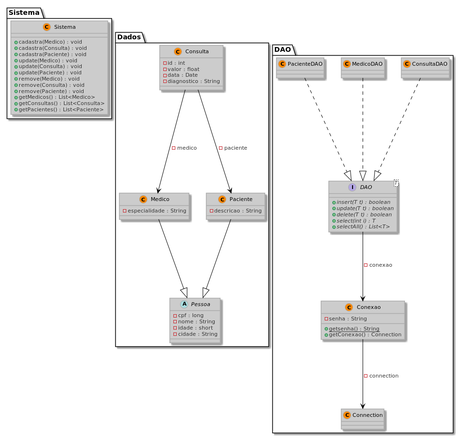
Above: UML/uml.png in EMachad0/POO-Hospital (PlantUML), before the change. Its diagram source:
```plantuml
@startuml uml
skinparam dpi 300










skinparam stereotypeCBackgroundColor FF8800

skinparam backgroundColor fff








skinparam circledCharacter {
  radius 8
  fontSize 11
  fontName Verdana
}

skinparam class {
    backgroundColor ccc
  borderColor aaa
    fontColor 000
  fontName Verdana
  fontSize 11
  stereotypeFontColor 333
  stereotypeFontSize 11
    arrowColor 000
  arrowFontName Verdana
  arrowFontColor 333
  arrowFontSize 11

  attributeFontColor 333
  attributeFontSize 11
  attributeIconSize 11
}


skinparam actor {
    backgroundColor FF8800
  borderColor BB6600
    fontColor 000
  fontName Verdana
  fontSize 11
  stereotypeFontColor 333
  stereotypeFontSize 11
}

skinparam participant {
    backgroundColor ccc
  borderColor aaa
    fontColor 000
  fontName Verdana
  fontSize 11
  stereotypeFontColor 333
  stereotypeFontSize 11
}

skinparam collections {
    backgroundColor ccc
  borderColor aaa
    fontColor 000
  fontName Verdana
  fontSize 11
  stereotypeFontColor 333
  stereotypeFontSize 11
}

skinparam SequenceBox{
    backgroundColor e0e0e0
  borderColor cccccc
    fontColor 000
  fontName Verdana
  fontSize 11
  stereotypeFontColor 333
  stereotypeFontSize 11
}


skinparam interface {
    backgroundColor FF8800
  borderColor BB6600
    fontColor 000
  fontName Verdana
  fontSize 11
  stereotypeFontColor 333
  stereotypeFontSize 11
}

skinparam component {
    backgroundColor ccc
  borderColor aaa
    fontColor 000
  fontName Verdana
  fontSize 11
  stereotypeFontColor 333
  stereotypeFontSize 11
}

skinparam node {
    backgroundColor ccc
  borderColor aaa
    fontColor 000
  fontName Verdana
  fontSize 11
  stereotypeFontColor 333
  stereotypeFontSize 11
}

skinparam database {
    backgroundColor ccc
  borderColor aaa
    fontColor 000
  fontName Verdana
  fontSize 11
  stereotypeFontColor 333
  stereotypeFontSize 11
}

skinparam queue {
    backgroundColor ccc
  borderColor aaa
    fontColor 000
  fontName Verdana
  fontSize 11
  stereotypeFontColor 333
  stereotypeFontSize 11
}


skinparam usecase {
    backgroundColor ccc
  borderColor aaa
    fontColor 000
  fontName Verdana
  fontSize 11
  stereotypeFontColor 333
  stereotypeFontSize 11
    arrowColor 000
  arrowFontName Verdana
  arrowFontColor 333
  arrowFontSize 11
}

skinparam activity {
    backgroundColor ccc
  borderColor aaa
    fontColor 000
  fontName Verdana
  fontSize 11
  stereotypeFontColor 333
  stereotypeFontSize 11
    arrowColor 000
  arrowFontName Verdana
  arrowFontColor 333
  arrowFontSize 11
}

skinparam sequence {
    fontColor 000
  fontName Verdana
  fontSize 11
  stereotypeFontColor 333
  stereotypeFontSize 11
    arrowColor 000
  arrowFontName Verdana
  arrowFontColor 333
  arrowFontSize 11

  lifeLineBorderColor FF8800
  lifeLineBackgroundColor e0e0e0
}

skinparam boundary {
    backgroundColor FF8800
  borderColor BB6600
    fontColor 000
  fontName Verdana
  fontSize 11
  stereotypeFontColor 333
  stereotypeFontSize 11
}

skinparam control {
    backgroundColor FF8800
  borderColor BB6600
    fontColor 000
  fontName Verdana
  fontSize 11
  stereotypeFontColor 333
  stereotypeFontSize 11
}

skinparam entity {
    backgroundColor FF8800
  borderColor BB6600
    fontColor 000
  fontName Verdana
  fontSize 11
  stereotypeFontColor 333
  stereotypeFontSize 11
}


skinparam state {
    backgroundColor ccc
  borderColor aaa
    fontColor 000
  fontName Verdana
  fontSize 11
  stereotypeFontColor 333
  stereotypeFontSize 11
    arrowColor 000
  arrowFontName Verdana
  arrowFontColor 333
  arrowFontSize 11
  startColor FF8800
  endColor BB6600
}


skinparam object {
    backgroundColor ccc
  borderColor aaa
    fontColor 000
  fontName Verdana
  fontSize 11
  stereotypeFontColor 333
  stereotypeFontSize 11
    arrowColor 000
  arrowFontName Verdana
  arrowFontColor 333
  arrowFontSize 11
}


skinparam note {
    backgroundColor FF8800
  borderColor BB6600
    fontColor 000
  fontName Verdana
  fontSize 11
  stereotypeFontColor 333
  stereotypeFontSize 11
}

skinparam cloud {
    backgroundColor ccc
  borderColor aaa
    fontColor 000
  fontName Verdana
  fontSize 11
  stereotypeFontColor 333
  stereotypeFontSize 11
    arrowColor 000
  arrowFontName Verdana
  arrowFontColor 333
  arrowFontSize 11
}

skinparam rectangle {
    backgroundColor ccc
  borderColor aaa
    fontColor 000
  fontName Verdana
  fontSize 11
  stereotypeFontColor 333
  stereotypeFontSize 11
}

skinparam storage {
    backgroundColor ccc
  borderColor aaa
    fontColor 000
  fontName Verdana
  fontSize 11
  stereotypeFontColor 333
  stereotypeFontSize 11
}


package "Sistema" {
    class "Sistema" {
        + cadastra(Medico) : void
        + cadastra(Consulta) : void
        + cadastra(Paciente) : void
        + update(Medico) : void
        + update(Consulta) : void
        + update(Paciente) : void
        + remove(Medico) : void
        + remove(Consulta) : void
        + remove(Paciente) : void
        + getMedicos() : List<Medico>
        + getConsultas() : List<Consulta>
        + getPacientes() : List<Paciente>
    }
}

package "Dados" {
    class "Consulta" {
        - id : int
        - valor : float
        - data : Date
        - diagnostico : String
    }

    class "Medico" {
        - especialidade : String
    }

    class "Paciente" {
        - descricao : String
    }

    abstract class "Pessoa" {
        - cpf : long
        - nome : String
        - idade : short
        - cidade : String
    }
}

package "DAO" {
    class "ConsultaDAO"
    class "MedicoDAO"
    class "PacienteDAO"

    interface "DAO"<T> {
        + {abstract} insert(T t) : boolean
        + {abstract} update(T t) : boolean
        + {abstract} delete(T t) : boolean
        + {abstract} select(int i) : T
        + {abstract} selectAll() : List<T>
    }

    class "Conexao" {
        - senha : String
        + {static} getsenha() : String
        + getConexao() : Connection
    }

    class "Connection"
}

Paciente --|> Pessoa
Medico --|> Pessoa
Consulta --> Paciente : -paciente
Consulta --> Medico : -medico


ConsultaDAO ..|> DAO
MedicoDAO ..|> DAO
PacienteDAO ..|> DAO

DAO --> Conexao : -conexao
Conexao --> Connection : -connection
@enduml
```
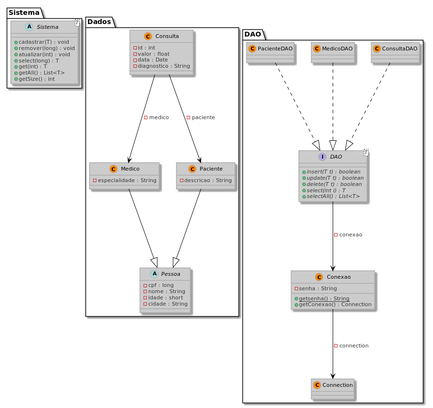
The same diagram one commit later.

What changed in the source:
```diff
@@ -289,24 +289,22 @@
 }
 
 
+
 package "Sistema" {
-    class "Sistema" {
-        + cadastra(Medico) : void
-        + cadastra(Consulta) : void
-        + cadastra(Paciente) : void
-        + update(Medico) : void
-        + update(Consulta) : void
-        + update(Paciente) : void
-        + remove(Medico) : void
-        + remove(Consulta) : void
-        + remove(Paciente) : void
-        + getMedicos() : List<Medico>
-        + getConsultas() : List<Consulta>
-        + getPacientes() : List<Paciente>
+    abstract class "Sistema"<T> {
+        + cadastrar(T) : void
+        + remover(long) : void
+        + atualizar(int) : void
+        + select(long) : T
+        + get(int) : T
+        + getAll() : List<T>
+        + getSize() : int
     }
 }
 
 package "Dados" {
+
+
     class "Consulta" {
         - id : int
         - valor : float
@@ -352,6 +350,7 @@
     class "Connection"
 }
 
+
 Paciente --|> Pessoa
 Medico --|> Pessoa
 Consulta --> Paciente : -paciente
```
